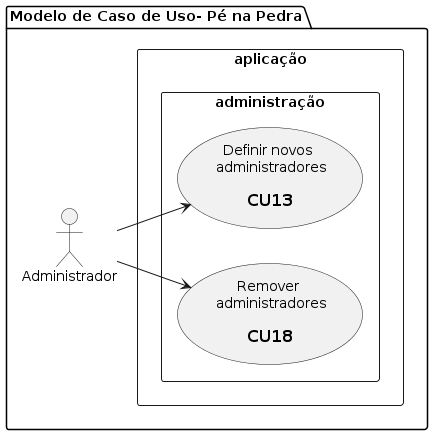
This is docs/diagrams/out/usecases_diagrams/pe_na_pedra_usecase_4.png from tiagors09/pe_na_pedra, a PlantUML export, as it was before one commit. Its diagram source:
```plantuml
@startuml pe_na_pedra_usecase_4
  package "Modelo de Caso de Uso- Pé na Pedra" {
    left to right direction

    :Administrador: as adm

    rectangle aplicação {
      rectangle administração {
        usecase uc13 as "Definir novos \n administradores\n
          == CU13"
        usecase uc18 as "Remover \n administradores\n
          == CU18"
      }
    }
  }

  adm --> uc13
  adm --> uc18
@enduml
```
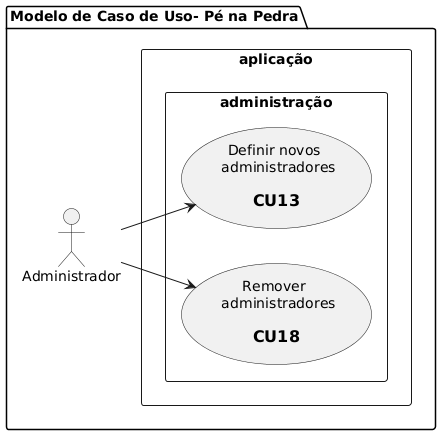
After the commit.

Change to the diagram source:
```diff
@@ -1,5 +1,5 @@
-@startuml pe_na_pedra_usecase_4
-  package "Modelo de Caso de Uso- Pé na Pedra" {
+@startuml
+package "Modelo de Caso de Uso- Pé na Pedra" {
     left to right direction
 
     :Administrador: as adm
```
